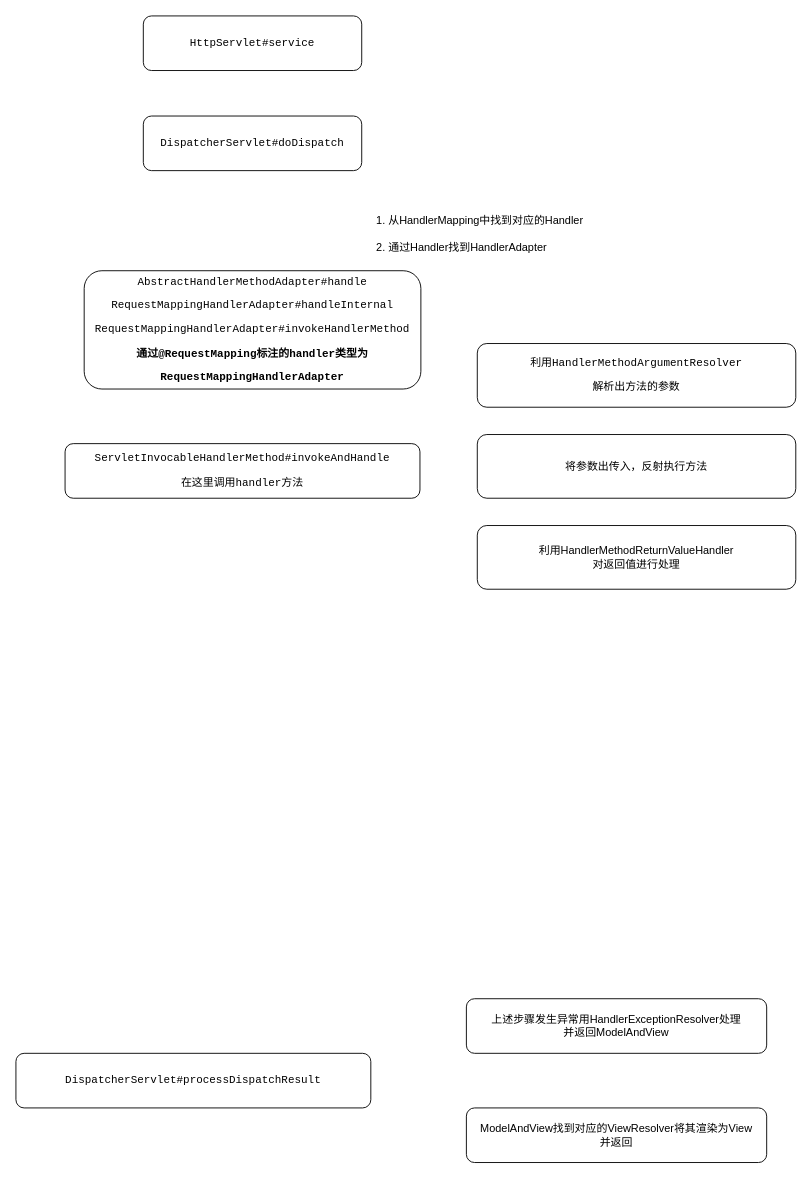
Above: spring-mvc/RequestMappingHandlerAdapter执行过程.drawio in erlieStar/diagrams (draw.io), before the change. Source tidied: cells renumbered, new cells numbered last; positions are measured from the earlier drawing's top-left corner, leaving out a move shared by most shapes. Both pictures are drawn from the tidied source at 91%, with x=0, y=0 at pixel (15, 15).
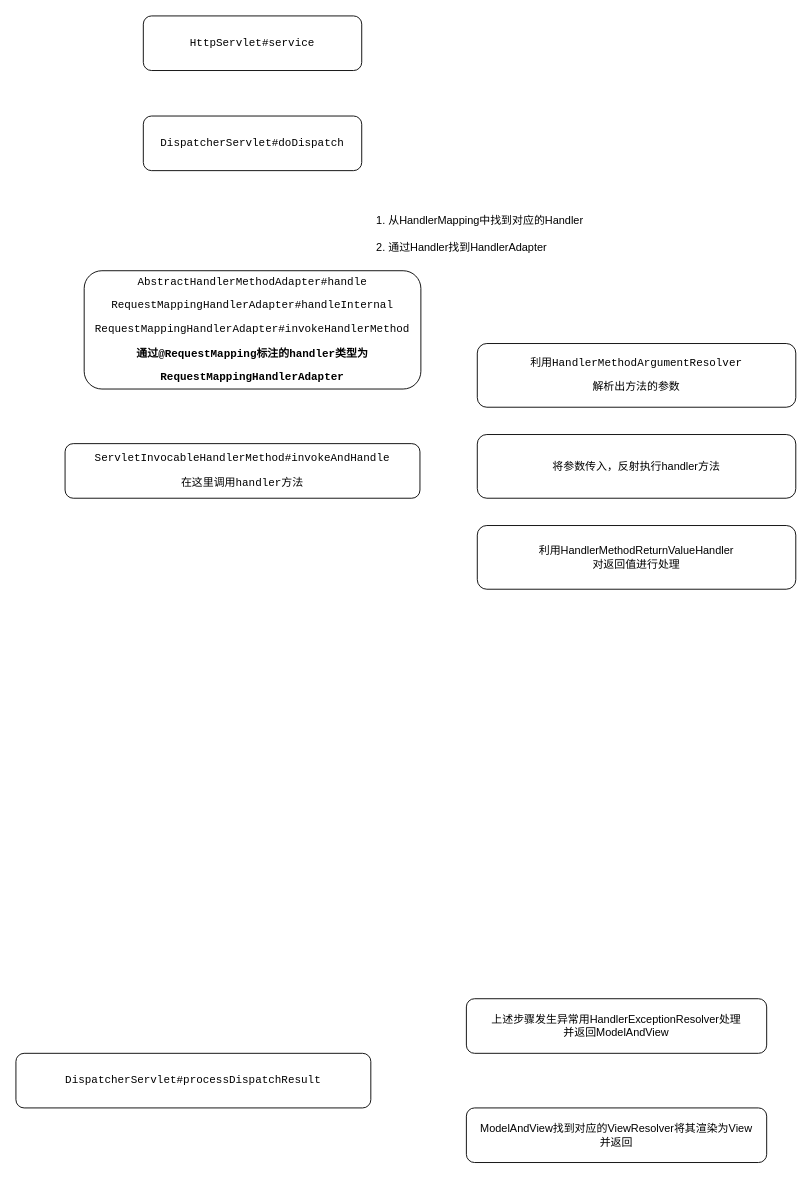
After the change.

Change to the diagram source:
```diff
@@
 <mxGraphModel>
   <root>
     <mxCell id="0" />
     <mxCell id="1" parent="0" />
     <mxCell id="2" value="&lt;pre&gt;HttpServlet#service&lt;/pre&gt;" style="rounded=1;whiteSpace=wrap;html=1;" parent="1" vertex="1">
       <mxGeometry x="140" width="240" height="60" as="geometry" />
     </mxCell>
     <mxCell id="3" value="&lt;pre&gt;DispatcherServlet#doDispatch&lt;/pre&gt;" style="rounded=1;whiteSpace=wrap;html=1;" parent="1" vertex="1">
       <mxGeometry x="140" y="110" width="240" height="60" as="geometry" />
     </mxCell>
     <mxCell id="4" value="&lt;pre&gt;AbstractHandlerMethodAdapter#handle&lt;/pre&gt;&lt;pre&gt;&lt;pre&gt;RequestMappingHandlerAdapter#handleInternal&lt;/pre&gt;&lt;pre&gt;RequestMappingHandlerAdapter#invokeHandlerMethod&lt;/pre&gt;&lt;pre&gt;&lt;b&gt;通过@RequestMapping标注的handler类型为&lt;/b&gt;&lt;/pre&gt;&lt;pre&gt;&lt;b&gt;RequestMappingHandlerAdapter&lt;/b&gt;&lt;/pre&gt;&lt;/pre&gt;" style="rounded=1;whiteSpace=wrap;html=1;" parent="1" vertex="1">
       <mxGeometry x="75" y="280" width="370" height="130" as="geometry" />
     </mxCell>
     <mxCell id="5" value="1. 从HandlerMapping中找到对应的Handler" style="text;html=1;strokeColor=none;fillColor=none;align=center;verticalAlign=middle;whiteSpace=wrap;rounded=0;" parent="1" vertex="1">
       <mxGeometry x="370" y="210" width="280" height="30" as="geometry" />
     </mxCell>
     <mxCell id="6" value="2. 通过Handler找到HandlerAdapter" style="text;html=1;strokeColor=none;fillColor=none;align=center;verticalAlign=middle;whiteSpace=wrap;rounded=0;" parent="1" vertex="1">
       <mxGeometry x="350" y="240" width="280" height="30" as="geometry" />
     </mxCell>
     <mxCell id="7" value="&lt;pre&gt;ServletInvocableHandlerMethod#invokeAndHandle&lt;br&gt;&lt;/pre&gt;&lt;pre&gt;在这里调用handler方法&lt;/pre&gt;" style="rounded=1;whiteSpace=wrap;html=1;" parent="1" vertex="1">
       <mxGeometry x="54" y="470" width="390" height="60" as="geometry" />
     </mxCell>
     <mxCell id="8" value="&lt;pre&gt;DispatcherServlet#processDispatchResult&lt;/pre&gt;" style="rounded=1;whiteSpace=wrap;html=1;" parent="1" vertex="1">
       <mxGeometry y="1140" width="390" height="60" as="geometry" />
     </mxCell>
     <mxCell id="9" value="上述步骤发生异常用HandlerExceptionResolver处理&lt;br&gt;并返回ModelAndView" style="rounded=1;whiteSpace=wrap;html=1;" parent="1" vertex="1">
       <mxGeometry x="495" y="1080" width="330" height="60" as="geometry" />
     </mxCell>
     <mxCell id="10" value="&lt;span&gt;ModelAndView找到对应的&lt;/span&gt;ViewResolver将其渲染为View&lt;br&gt;并返回" style="rounded=1;whiteSpace=wrap;html=1;" parent="1" vertex="1">
       <mxGeometry x="495" y="1200" width="330" height="60" as="geometry" />
     </mxCell>
     <mxCell id="11" value="&lt;pre&gt;利用HandlerMethodArgumentResolver&lt;/pre&gt;&lt;pre&gt;解析出方法的参数&lt;/pre&gt;" style="rounded=1;whiteSpace=wrap;html=1;" parent="1" vertex="1">
       <mxGeometry x="507" y="360" width="350" height="70" as="geometry" />
     </mxCell>
     <mxCell id="12" value="利用HandlerMethodReturnValueHandler&lt;br&gt;对返回值进行处理" style="rounded=1;whiteSpace=wrap;html=1;" parent="1" vertex="1">
       <mxGeometry x="507" y="560" width="350" height="70" as="geometry" />
     </mxCell>
-    <mxCell id="13" value="将参数出传入，反射执行方法" style="rounded=1;whiteSpace=wrap;html=1;" parent="1" vertex="1">
+    <mxCell id="13" value="将参数传入，反射执行handler方法" style="rounded=1;whiteSpace=wrap;html=1;" parent="1" vertex="1">
       <mxGeometry x="507" y="460" width="350" height="70" as="geometry" />
     </mxCell>
   </root>
 </mxGraphModel>
```
